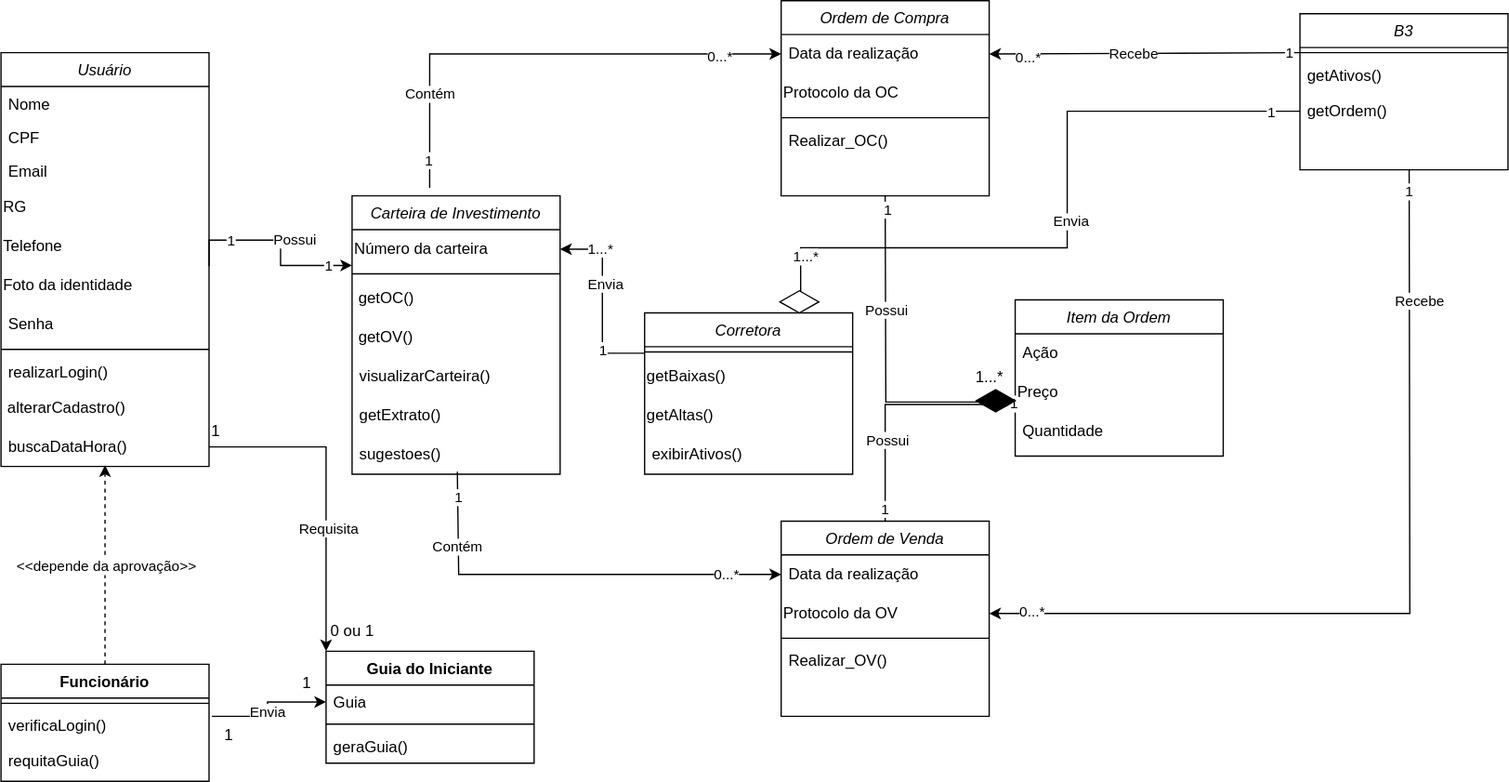
Before: Diagrama de classe.drawio.svg, a diagram exported from draw.io (JesCat16/Projeto01_Modelagem_De_Software). Source tidied: cells renumbered, new cells last; positions are measured from the earlier drawing's top-left corner, leaving out a move shared by most shapes.
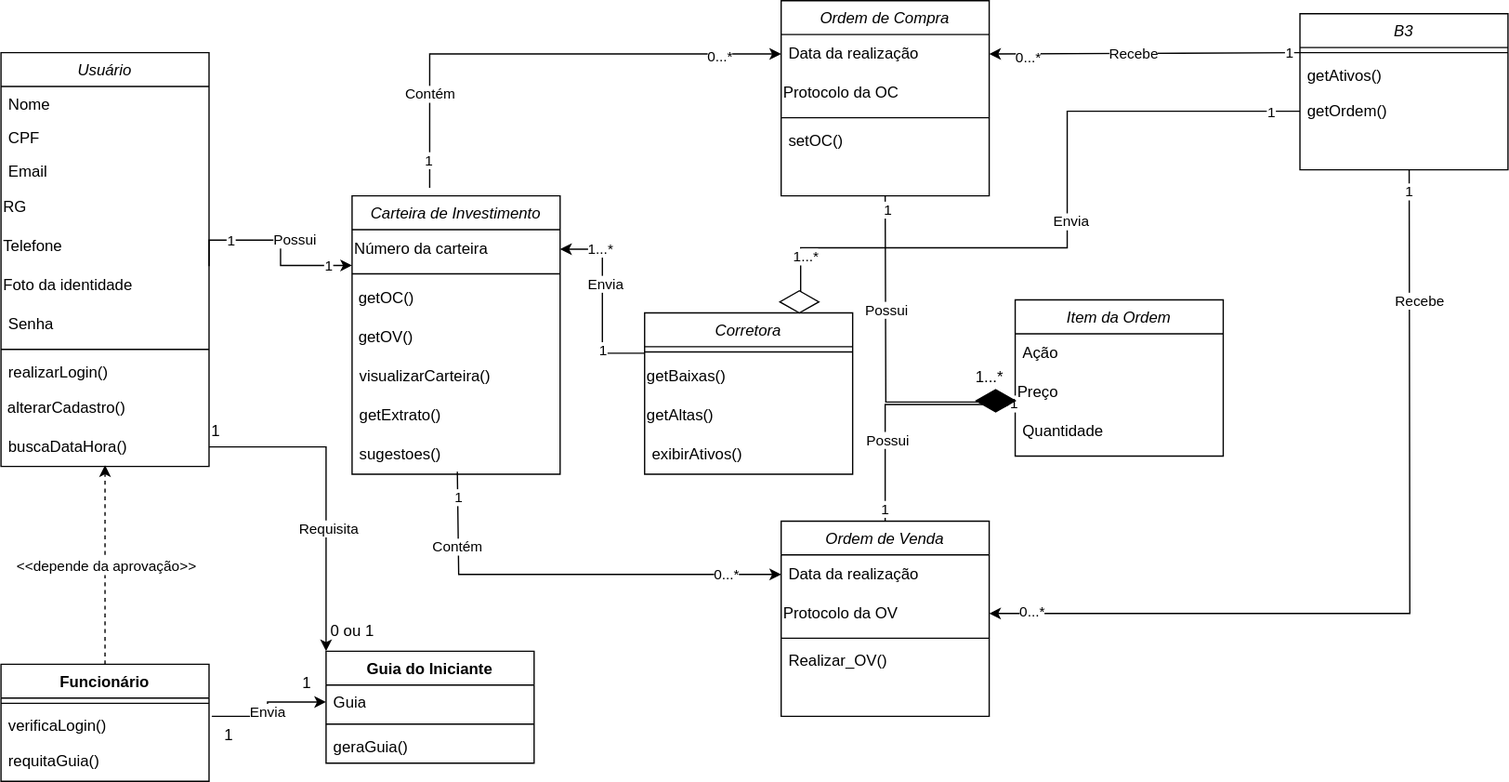
After the change.

What changed in the source:
```diff
@@ -74,7 +74,7 @@
     <mxCell id="25" style="line;html=1;strokeWidth=1;align=left;verticalAlign=middle;spacingTop=-1;spacingLeft=3;spacingRight=3;labelPosition=right;" parent="22" vertex="1">
       <mxGeometry y="86" width="160" height="8" as="geometry" />
     </mxCell>
-    <mxCell id="26" value="Realizar_OC()" style="text;align=left;verticalAlign=top;spacingLeft=4;spacingRight=4;overflow=hidden;" parent="22" vertex="1">
+    <mxCell id="26" value="setOC()" style="text;align=left;verticalAlign=top;spacingLeft=4;spacingRight=4;overflow=hidden;" parent="22" vertex="1">
       <mxGeometry y="94" width="160" height="26" as="geometry" />
     </mxCell>
     <mxCell id="27" value="Item da Ordem" style="swimlane;fontStyle=2;align=center;verticalAlign=top;horizontal=1;startSize=26;rounded=0;shadow=0;strokeWidth=1;" parent="1" vertex="1">
```
